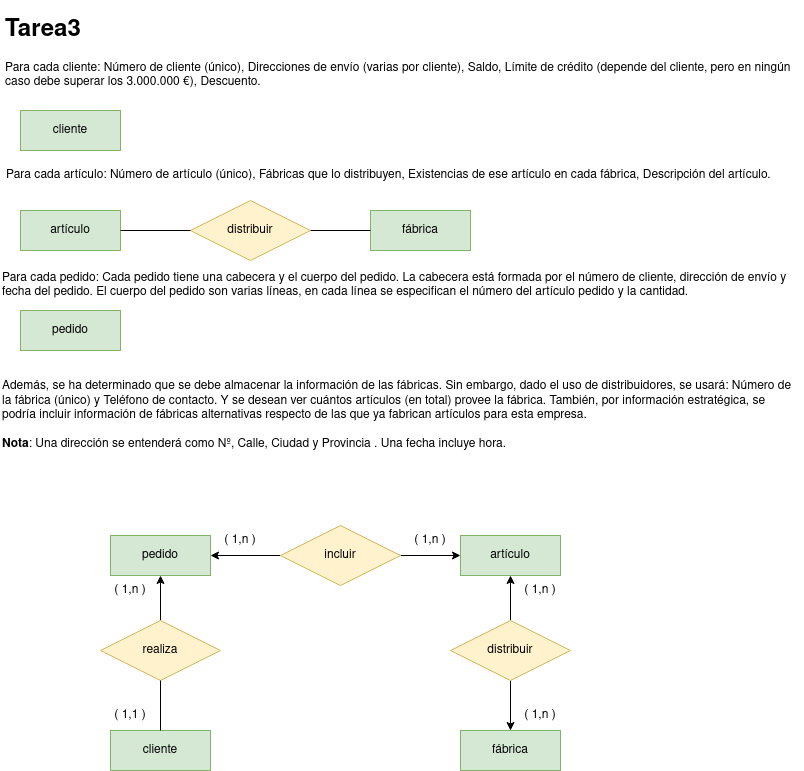
Before: tareasER/tarea3.png, a diagram exported from draw.io (javigh193/bae). Source tidied: cells renumbered, new cells last; positions are measured from the earlier drawing's top-left corner, leaving out a move shared by most shapes.
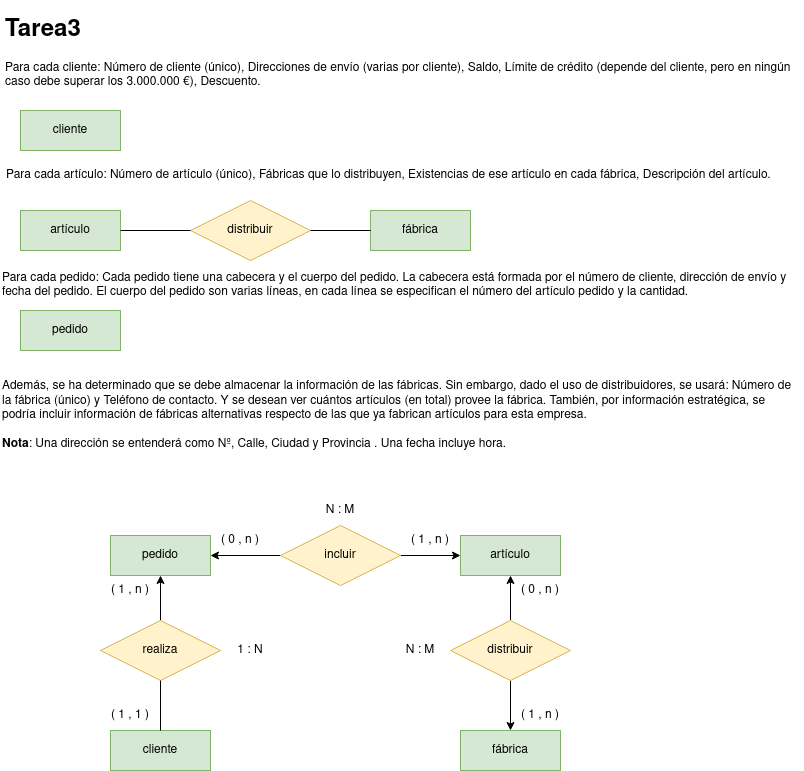
Later version of the same file.

What changed in the source:
```diff
@@ -74,23 +74,32 @@
     <mxCell id="25" style="endArrow=none;html=1;rounded=0;exitX=0.5;exitY=1;exitDx=0;exitDy=0;entryX=0.5;entryY=0;entryDx=0;entryDy=0;" parent="1" edge="1" source="16" target="14">
       <mxGeometry relative="1" as="geometry" />
     </mxCell>
-    <mxCell id="26" value="( 1,n )" style="text;html=1;strokeColor=none;fillColor=none;align=center;verticalAlign=middle;whiteSpace=wrap;rounded=0;" parent="1" vertex="1">
+    <mxCell id="26" value="( 1 , n )" style="text;html=1;strokeColor=none;fillColor=none;align=center;verticalAlign=middle;whiteSpace=wrap;rounded=0;" parent="1" vertex="1">
       <mxGeometry x="400" y="515" width="60" height="30" as="geometry" />
     </mxCell>
-    <mxCell id="27" value="( 1,n )" style="text;html=1;strokeColor=none;fillColor=none;align=center;verticalAlign=middle;whiteSpace=wrap;rounded=0;" parent="1" vertex="1">
+    <mxCell id="27" value="( 1 , n )" style="text;html=1;strokeColor=none;fillColor=none;align=center;verticalAlign=middle;whiteSpace=wrap;rounded=0;" parent="1" vertex="1">
       <mxGeometry x="100" y="565" width="60" height="30" as="geometry" />
     </mxCell>
-    <mxCell id="28" value="( 1,n )" style="text;html=1;strokeColor=none;fillColor=none;align=center;verticalAlign=middle;whiteSpace=wrap;rounded=0;" parent="1" vertex="1">
+    <mxCell id="28" value="( 0 , n )" style="text;html=1;strokeColor=none;fillColor=none;align=center;verticalAlign=middle;whiteSpace=wrap;rounded=0;" parent="1" vertex="1">
       <mxGeometry x="510" y="565" width="60" height="30" as="geometry" />
     </mxCell>
-    <mxCell id="29" value="( 1,n )" style="text;html=1;strokeColor=none;fillColor=none;align=center;verticalAlign=middle;whiteSpace=wrap;rounded=0;" parent="1" vertex="1">
+    <mxCell id="29" value="( 1 , n )" style="text;html=1;strokeColor=none;fillColor=none;align=center;verticalAlign=middle;whiteSpace=wrap;rounded=0;" parent="1" vertex="1">
       <mxGeometry x="510" y="690" width="60" height="30" as="geometry" />
     </mxCell>
-    <mxCell id="30" value="( 1,n )" style="text;html=1;strokeColor=none;fillColor=none;align=center;verticalAlign=middle;whiteSpace=wrap;rounded=0;" parent="1" vertex="1">
+    <mxCell id="30" value="( 0 , n )" style="text;html=1;strokeColor=none;fillColor=none;align=center;verticalAlign=middle;whiteSpace=wrap;rounded=0;" parent="1" vertex="1">
       <mxGeometry x="210" y="515" width="60" height="30" as="geometry" />
     </mxCell>
-    <mxCell id="31" value="( 1,1 )" style="text;html=1;strokeColor=none;fillColor=none;align=center;verticalAlign=middle;whiteSpace=wrap;rounded=0;" parent="1" vertex="1">
+    <mxCell id="31" value="( 1 , 1 )" style="text;html=1;strokeColor=none;fillColor=none;align=center;verticalAlign=middle;whiteSpace=wrap;rounded=0;" parent="1" vertex="1">
       <mxGeometry x="100" y="690" width="60" height="30" as="geometry" />
     </mxCell>
+    <mxCell id="32" value="N : M" style="text;html=1;strokeColor=none;fillColor=none;align=center;verticalAlign=middle;whiteSpace=wrap;rounded=0;" parent="1" vertex="1">
+      <mxGeometry x="390" y="625" width="60" height="30" as="geometry" />
+    </mxCell>
+    <mxCell id="33" value="N : M" style="text;html=1;strokeColor=none;fillColor=none;align=center;verticalAlign=middle;whiteSpace=wrap;rounded=0;" parent="1" vertex="1">
+      <mxGeometry x="310" y="485" width="60" height="30" as="geometry" />
+    </mxCell>
+    <mxCell id="34" value="1 : N" style="text;html=1;strokeColor=none;fillColor=none;align=center;verticalAlign=middle;whiteSpace=wrap;rounded=0;" parent="1" vertex="1">
+      <mxGeometry x="220" y="625" width="60" height="30" as="geometry" />
+    </mxCell>
   </root>
 </mxGraphModel>
```
